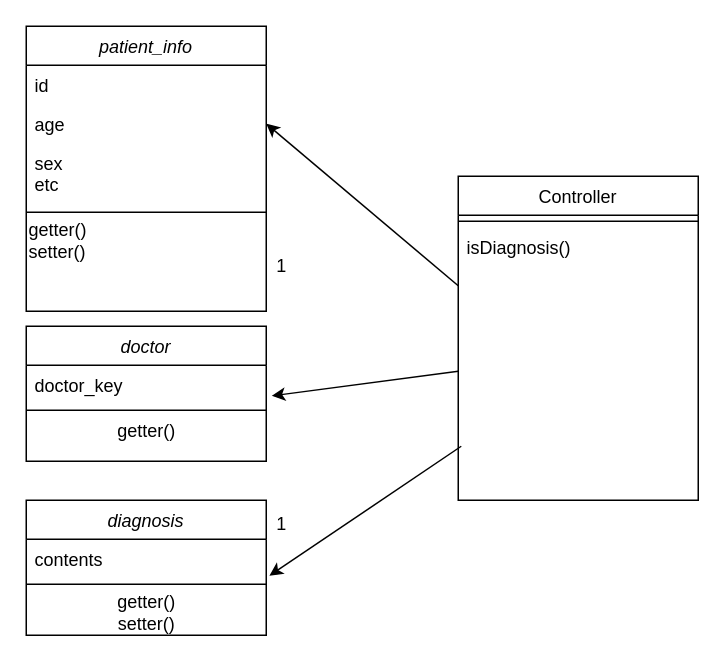
This is patient/05.classdiagram/UC1-2diagram.drawio from yhb1834/Smart-Health-Prediction-System, a draw.io file, before an edit. Source tidied: cells renumbered, new cells numbered last; positions are measured from the earlier drawing's top-left corner, leaving out a move shared by most shapes. Both pictures are drawn from the tidied source at 150%, with x=0, y=0 at pixel (26, 26).
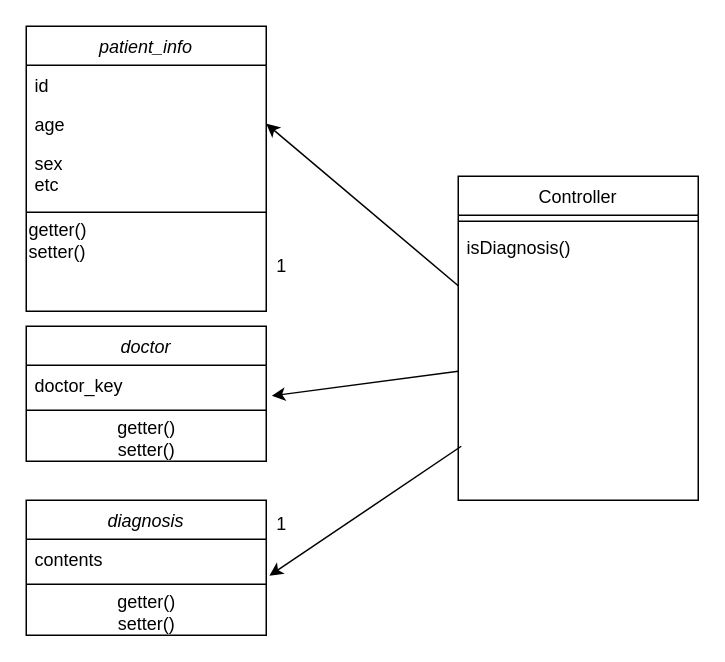
After the change.

The change refers to these unchanged cells:
```xml
<mxCell id="19" value="doctor" style="swimlane;fontStyle=2;align=center;verticalAlign=top;horizontal=1;startSize=26;rounded=0;shadow=0;strokeWidth=1;" parent="1" vertex="1">
  <mxGeometry y="200" width="160" height="90" as="geometry" />
</mxCell>
```

The edit, as a diff of the source:
```diff
@@
-    <mxCell id="22" value="getter()" style="text;html=1;align=center;verticalAlign=middle;strokeColor=none;" parent="19" vertex="1">
-      <mxGeometry y="60" width="160" height="20" as="geometry" />
+    <mxCell id="22" value="getter()&lt;br&gt;setter()" style="text;html=1;align=center;verticalAlign=middle;strokeColor=none;" parent="19" vertex="1">
+      <mxGeometry y="60" width="160" height="30" as="geometry" />
     </mxCell>
```
